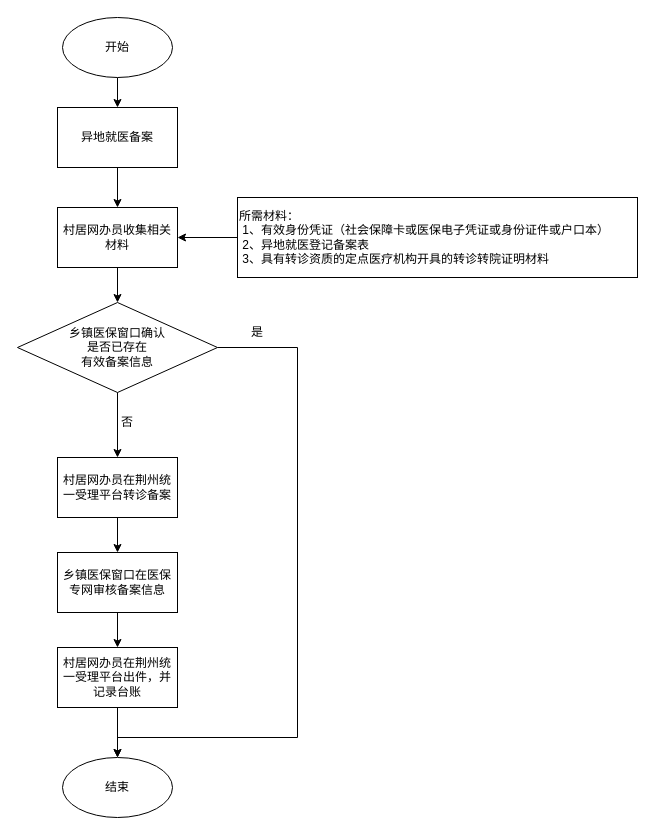
Above: 医保异地就医备案流程.drawio in zouwei-0218/drawio (draw.io), before the change. Source tidied: cells renumbered, new cells numbered last; positions are measured from the earlier drawing's top-left corner, leaving out a move shared by most shapes. Both pictures are drawn from the tidied source at 100%, with x=0, y=0 at pixel (17, 17).
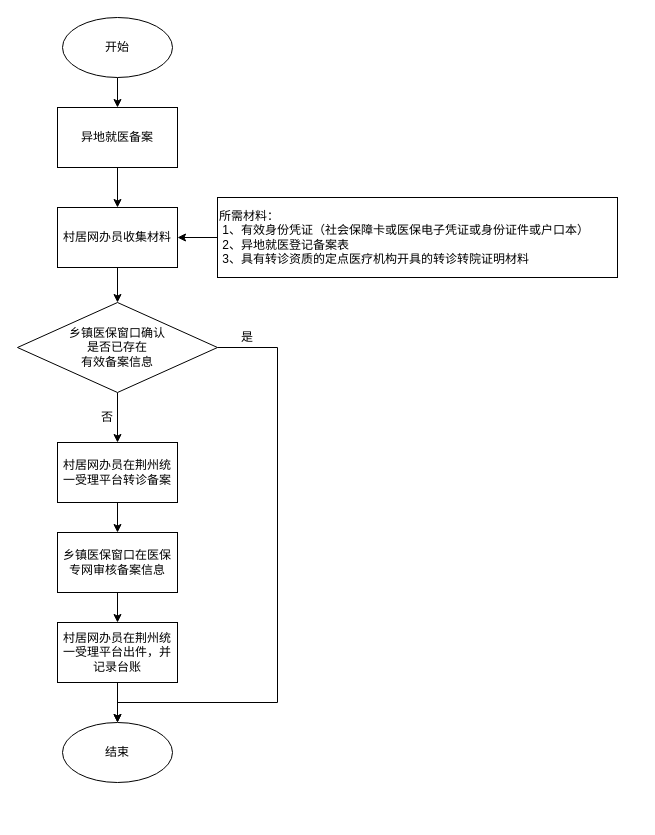
The same page after the edit.

Commit message:
更新医保异地就医备案流程.drawio

Unchanged cells that the change refers to:
```xml
<mxCell id="9" value="乡镇医保窗口确认&lt;br&gt;是否已存在&lt;br&gt;有效备案信息" style="rhombus;whiteSpace=wrap;html=1;" parent="1" vertex="1">
  <mxGeometry y="285" width="200" height="90" as="geometry" />
</mxCell>
```

Change to the diagram source:
```diff
@@
     <mxCell id="4" value="结束" style="ellipse;whiteSpace=wrap;html=1;" parent="1" vertex="1">
-      <mxGeometry x="45" y="740" width="110" height="60" as="geometry" />
+      <mxGeometry x="45" y="705" width="110" height="60" as="geometry" />
     </mxCell>
@@
+    <mxCell id="10" style="edgeStyle=orthogonalEdgeStyle;rounded=0;jettySize=auto;html=1;exitX=0.5;exitY=1;exitDx=0;exitDy=0;entryX=0.5;entryY=0;entryDx=0;entryDy=0;" parent="1" edge="1" source="9" target="11">
+      <mxGeometry relative="1" as="geometry" />
+    </mxCell>
     <mxCell id="8" style="edgeStyle=orthogonalEdgeStyle;rounded=0;jettySize=auto;html=1;exitX=1;exitY=0.5;exitDx=0;exitDy=0;entryX=0.5;entryY=0;entryDx=0;entryDy=0;" parent="1" edge="1" source="9" target="4">
       <mxGeometry relative="1" as="geometry">
         <Array as="points">
-          <mxPoint x="280" y="330" />
-          <mxPoint x="280" y="720" />
-          <mxPoint x="100" y="720" />
+          <mxPoint x="260" y="330" />
+          <mxPoint x="260" y="685" />
+          <mxPoint x="100" y="685" />
         </Array>
       </mxGeometry>
     </mxCell>
@@
-    <mxCell id="10" style="edgeStyle=orthogonalEdgeStyle;rounded=0;jettySize=auto;html=1;exitX=0.5;exitY=1;exitDx=0;exitDy=0;" parent="1" edge="1" source="9" target="11">
-      <mxGeometry relative="1" as="geometry" />
-    </mxCell>
     <mxCell id="11" value="村居网办员在荆州统一受理平台转诊备案" style="rounded=0;whiteSpace=wrap;html=1;" parent="1" vertex="1">
-      <mxGeometry x="40" y="440" width="120" height="60" as="geometry" />
+      <mxGeometry x="40" y="425" width="120" height="60" as="geometry" />
     </mxCell>
@@
     <mxCell id="13" value="村居网办员在荆州统一受理平台出件，并记录台账" style="rounded=0;whiteSpace=wrap;html=1;" parent="1" vertex="1">
-      <mxGeometry x="40" y="630" width="120" height="60" as="geometry" />
+      <mxGeometry x="40" y="605" width="120" height="60" as="geometry" />
     </mxCell>
@@
     <mxCell id="15" value="乡镇医保窗口在医保专网审核备案信息" style="rounded=0;whiteSpace=wrap;html=1;" parent="1" vertex="1">
-      <mxGeometry x="40" y="535" width="120" height="60" as="geometry" />
+      <mxGeometry x="40" y="515" width="120" height="60" as="geometry" />
     </mxCell>
@@
     <mxCell id="17" value="&lt;div&gt;所需材料：&lt;/div&gt;&lt;div&gt;&lt;span style=&quot;white-space: pre;&quot;&gt; &lt;/span&gt;1、有效身份凭证（社会保障卡或医保电子凭证或身份证件或户口本）&lt;/div&gt;&lt;span style=&quot;white-space: pre;&quot;&gt; &lt;/span&gt;2、异地就医登记备案表&lt;br&gt;&lt;span style=&quot;white-space: pre;&quot;&gt; &lt;/span&gt;3、具有转诊资质的定点医疗机构开具的转诊转院证明材料" style="rounded=0;whiteSpace=wrap;html=1;align=left;" parent="1" vertex="1">
-      <mxGeometry x="220" y="180" width="400" height="80" as="geometry" />
+      <mxGeometry x="200" y="180" width="400" height="80" as="geometry" />
     </mxCell>
     <mxCell id="18" value="是" style="text;html=1;strokeColor=none;fillColor=none;align=center;verticalAlign=middle;whiteSpace=wrap;rounded=0;" parent="1" vertex="1">
-      <mxGeometry x="210" y="300" width="60" height="30" as="geometry" />
+      <mxGeometry x="200" y="305" width="60" height="30" as="geometry" />
     </mxCell>
     <mxCell id="19" value="否" style="text;html=1;strokeColor=none;fillColor=none;align=center;verticalAlign=middle;whiteSpace=wrap;rounded=0;" parent="1" vertex="1">
-      <mxGeometry x="80" y="390" width="60" height="30" as="geometry" />
+      <mxGeometry x="60" y="385" width="60" height="30" as="geometry" />
     </mxCell>
@@
-    <mxCell id="21" value="村居网办员收集相关材料" style="rounded=0;whiteSpace=wrap;html=1;" parent="1" vertex="1">
+    <mxCell id="21" value="村居网办员收集材料" style="rounded=0;whiteSpace=wrap;html=1;" parent="1" vertex="1">
       <mxGeometry x="40" y="190" width="120" height="60" as="geometry" />
     </mxCell>
```
